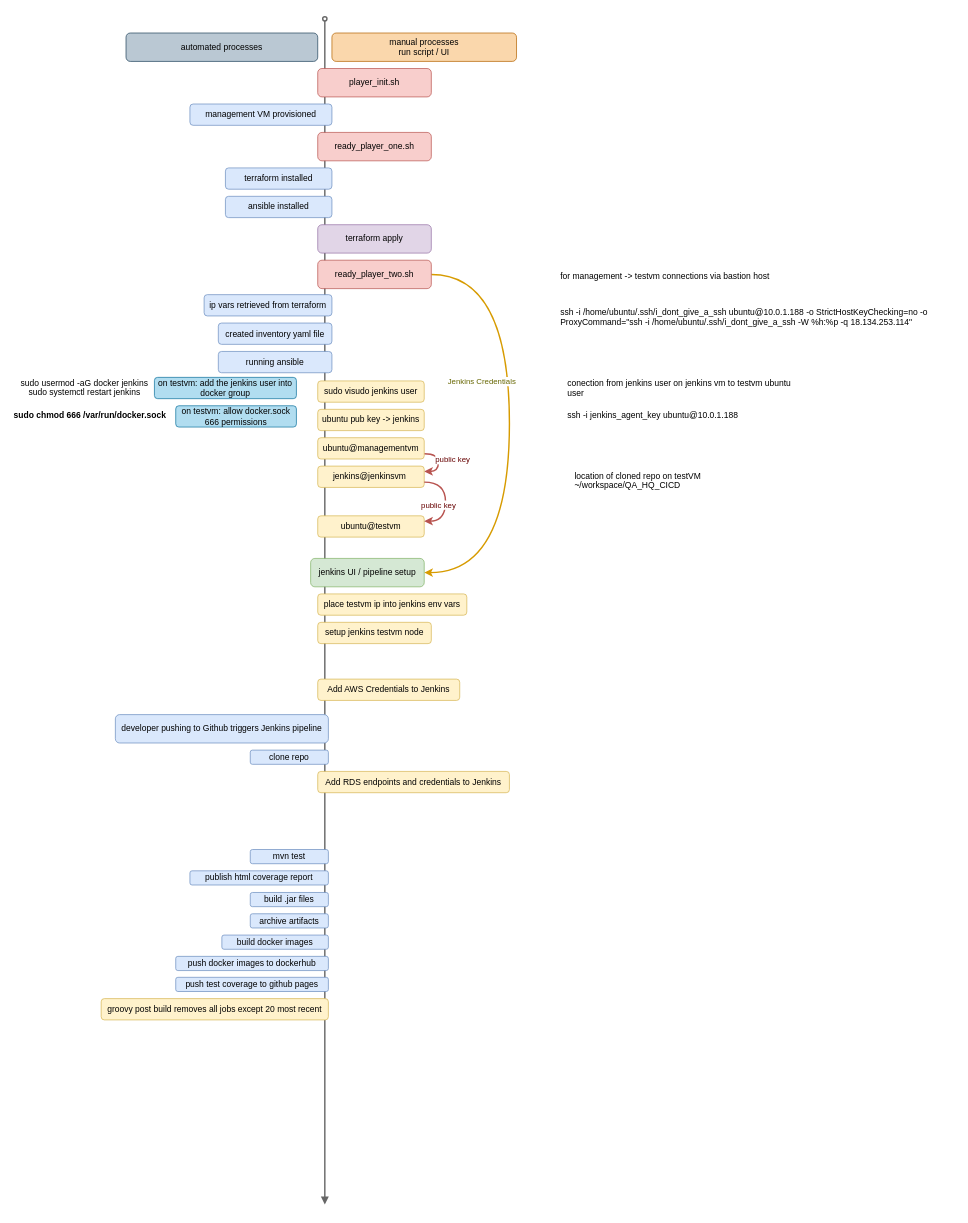
Jenkins-Spice-Latte/QA-Help-Queue-App keeps this draw.io diagram as other_files/manual_process_checkpoints.drawio. Above is the earlier version. Source tidied: cells renumbered, new cells numbered last; positions are measured from the earlier drawing's top-left corner, leaving out a move shared by most shapes. Both pictures are drawn from the tidied source at 71%, with x=0, y=0 at pixel (12, 18).
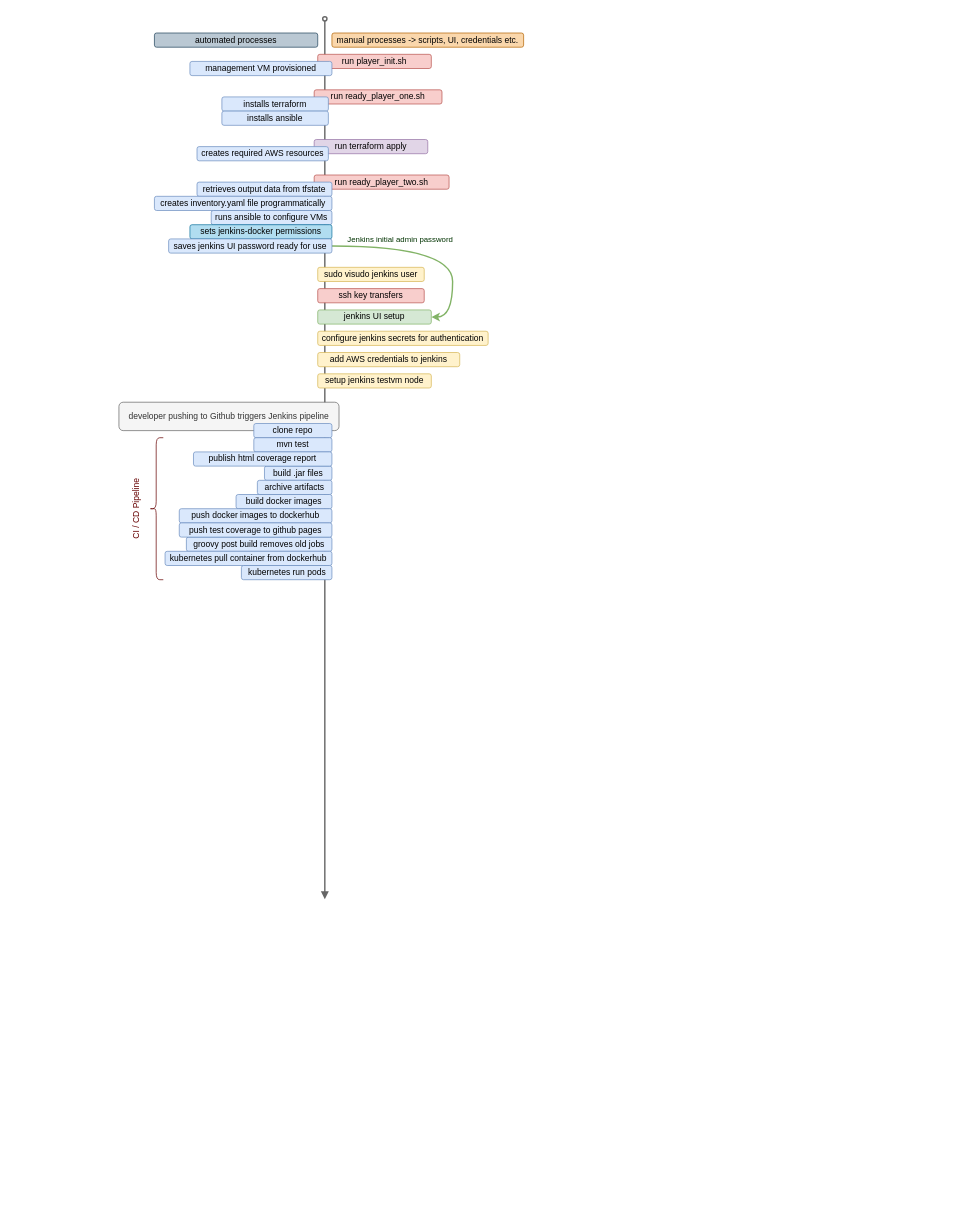
Above is the later version.

Commit message (it also covers changes not shown here):
updated process diagram

Diff of the diagram source:
```diff
@@
     <mxCell id="2" style="endArrow=oval;html=1;strokeWidth=2;fillColor=#f5f5f5;strokeColor=#666666;startArrow=block;startFill=1;endFill=0;" parent="1" edge="1">
       <mxGeometry relative="1" as="geometry">
-        <mxPoint x="440" y="1670" as="sourcePoint" />
+        <mxPoint x="440" y="1240" as="sourcePoint" />
         <mxPoint x="440" as="targetPoint" />
       </mxGeometry>
     </mxCell>
-    <mxCell id="3" value="player_init.sh" style="rounded=1;whiteSpace=wrap;html=1;fillColor=#f8cecc;strokeColor=#b85450;" parent="1" vertex="1">
-      <mxGeometry x="430" y="70" width="160" height="40" as="geometry" />
+    <mxCell id="3" value="run player_init.sh" style="rounded=1;whiteSpace=wrap;html=1;fillColor=#f8cecc;strokeColor=#b85450;" parent="1" vertex="1">
+      <mxGeometry x="430" y="50" width="160" height="20" as="geometry" />
     </mxCell>
     <mxCell id="4" value="management VM provisioned" style="rounded=1;whiteSpace=wrap;html=1;fillColor=#dae8fc;strokeColor=#6c8ebf;" parent="1" vertex="1">
-      <mxGeometry x="250" y="120" width="200" height="30" as="geometry" />
+      <mxGeometry x="250" y="60" width="200" height="20" as="geometry" />
     </mxCell>
-    <mxCell id="5" value="ready_player_one.sh" style="rounded=1;whiteSpace=wrap;html=1;fillColor=#f8cecc;strokeColor=#b85450;" parent="1" vertex="1">
-      <mxGeometry x="430" y="160" width="160" height="40" as="geometry" />
+    <mxCell id="5" value="run ready_player_one.sh" style="rounded=1;whiteSpace=wrap;html=1;fillColor=#f8cecc;strokeColor=#b85450;" parent="1" vertex="1">
+      <mxGeometry x="425" y="100" width="180" height="20" as="geometry" />
     </mxCell>
-    <mxCell id="6" value="terraform installed" style="rounded=1;whiteSpace=wrap;html=1;fillColor=#dae8fc;strokeColor=#6c8ebf;" parent="1" vertex="1">
-      <mxGeometry x="300" y="210" width="150" height="30" as="geometry" />
+    <mxCell id="6" value="installs terraform" style="rounded=1;whiteSpace=wrap;html=1;fillColor=#dae8fc;strokeColor=#6c8ebf;" parent="1" vertex="1">
+      <mxGeometry x="295" y="110" width="150" height="20" as="geometry" />
     </mxCell>
-    <mxCell id="7" value="ansible installed" style="rounded=1;whiteSpace=wrap;html=1;fillColor=#dae8fc;strokeColor=#6c8ebf;" parent="1" vertex="1">
-      <mxGeometry x="300" y="250" width="150" height="30" as="geometry" />
-    </mxCell>
-    <mxCell id="8" style="edgeStyle=orthogonalEdgeStyle;curved=1;rounded=0;jettySize=auto;html=1;exitX=1;exitY=0.5;exitDx=0;exitDy=0;entryX=1;entryY=0.5;entryDx=0;entryDy=0;startArrow=none;startFill=0;endArrow=classic;endFill=1;strokeWidth=2;fillColor=#ffe6cc;strokeColor=#d79b00;" parent="1" edge="1" source="10" target="14">
+    <mxCell id="8" style="edgeStyle=orthogonalEdgeStyle;curved=1;rounded=0;jettySize=auto;html=1;exitX=1;exitY=0.5;exitDx=0;exitDy=0;entryX=1;entryY=0.5;entryDx=0;entryDy=0;startArrow=none;startFill=0;endArrow=classic;endFill=1;strokeWidth=2;fillColor=#d5e8d4;strokeColor=#82b366;" parent="1" edge="1" source="54" target="14">
       <mxGeometry relative="1" as="geometry">
         <Array as="points">
-          <mxPoint x="700" y="360" />
-          <mxPoint x="700" y="780" />
+          <mxPoint x="620" y="320" />
+          <mxPoint x="620" y="420" />
         </Array>
       </mxGeometry>
     </mxCell>
-    <mxCell id="9" value="&lt;font color=&quot;#666600&quot;&gt;Jenkins Credentials&lt;/font&gt;" style="edgeLabel;html=1;align=center;verticalAlign=middle;" parent="8" vertex="1">
+    <mxCell id="9" value="&lt;font color=&quot;#003300&quot;&gt;Jenkins initial admin password&lt;/font&gt;" style="edgeLabel;html=1;align=center;verticalAlign=middle;" parent="8" vertex="1">
       <mxGeometry x="-0.04" y="-4" relative="1" as="geometry">
-        <mxPoint x="-36" y="-52" as="offset" />
+        <mxPoint x="-49" y="-14" as="offset" />
       </mxGeometry>
     </mxCell>
-    <mxCell id="10" value="ready_player_two.sh" style="rounded=1;whiteSpace=wrap;html=1;fillColor=#f8cecc;strokeColor=#b85450;" parent="1" vertex="1">
-      <mxGeometry x="430" y="340" width="160" height="40" as="geometry" />
+    <mxCell id="10" value="run ready_player_two.sh" style="rounded=1;whiteSpace=wrap;html=1;fillColor=#f8cecc;strokeColor=#b85450;" parent="1" vertex="1">
+      <mxGeometry x="425" y="220" width="190" height="20" as="geometry" />
     </mxCell>
-    <mxCell id="11" value="ip vars retrieved from terraform" style="rounded=1;whiteSpace=wrap;html=1;fillColor=#dae8fc;strokeColor=#6c8ebf;" parent="1" vertex="1">
-      <mxGeometry x="270" y="388.5" width="180" height="30" as="geometry" />
+    <mxCell id="11" value="retrieves output data from tfstate" style="rounded=1;whiteSpace=wrap;html=1;fillColor=#dae8fc;strokeColor=#6c8ebf;" parent="1" vertex="1">
+      <mxGeometry x="260" y="230" width="190" height="20" as="geometry" />
     </mxCell>
-    <mxCell id="12" value="created inventory yaml file" style="rounded=1;whiteSpace=wrap;html=1;fillColor=#dae8fc;strokeColor=#6c8ebf;" parent="1" vertex="1">
-      <mxGeometry x="290" y="428.5" width="160" height="30" as="geometry" />
+    <mxCell id="12" value="creates inventory.yaml file programmatically" style="rounded=1;whiteSpace=wrap;html=1;fillColor=#dae8fc;strokeColor=#6c8ebf;" parent="1" vertex="1">
+      <mxGeometry x="200" y="250" width="250" height="20" as="geometry" />
     </mxCell>
-    <mxCell id="13" value="running ansible" style="rounded=1;whiteSpace=wrap;html=1;fillColor=#dae8fc;strokeColor=#6c8ebf;" parent="1" vertex="1">
-      <mxGeometry x="290" y="468.5" width="160" height="30" as="geometry" />
+    <mxCell id="13" value="runs ansible to configure VMs" style="rounded=1;whiteSpace=wrap;html=1;fillColor=#dae8fc;strokeColor=#6c8ebf;" parent="1" vertex="1">
+      <mxGeometry x="280" y="270" width="170" height="20" as="geometry" />
     </mxCell>
-    <mxCell id="14" value="jenkins UI / pipeline setup" style="rounded=1;whiteSpace=wrap;html=1;fillColor=#d5e8d4;strokeColor=#82b366;" parent="1" vertex="1">
-      <mxGeometry x="420" y="760" width="160" height="40" as="geometry" />
+    <mxCell id="14" value="jenkins UI setup" style="rounded=1;whiteSpace=wrap;html=1;fillColor=#d5e8d4;strokeColor=#82b366;" parent="1" vertex="1">
+      <mxGeometry x="430" y="410" width="160" height="20" as="geometry" />
     </mxCell>
     <mxCell id="15" value="automated processes" style="rounded=1;whiteSpace=wrap;html=1;fillColor=#bac8d3;strokeColor=#23445d;" parent="1" vertex="1">
-      <mxGeometry x="160" y="20" width="270" height="40" as="geometry" />
+      <mxGeometry x="200" y="20" width="230" height="20" as="geometry" />
     </mxCell>
-    <mxCell id="16" value="manual processes&lt;br&gt;run script / UI" style="rounded=1;whiteSpace=wrap;html=1;fillColor=#fad7ac;strokeColor=#b46504;" parent="1" vertex="1">
-      <mxGeometry x="450" y="20" width="260" height="40" as="geometry" />
+    <mxCell id="16" value="manual processes -&amp;gt; scripts, UI, credentials etc." style="rounded=1;whiteSpace=wrap;html=1;fillColor=#fad7ac;strokeColor=#b46504;" parent="1" vertex="1">
+      <mxGeometry x="450" y="20" width="270" height="20" as="geometry" />
     </mxCell>
-    <mxCell id="17" value="terraform apply" style="rounded=1;whiteSpace=wrap;html=1;fillColor=#e1d5e7;strokeColor=#9673a6;" parent="1" vertex="1">
-      <mxGeometry x="430" y="290" width="160" height="40" as="geometry" />
+    <mxCell id="17" value="run terraform apply" style="rounded=1;whiteSpace=wrap;html=1;fillColor=#e1d5e7;strokeColor=#9673a6;" parent="1" vertex="1">
+      <mxGeometry x="425" y="170" width="160" height="20" as="geometry" />
     </mxCell>
     <mxCell id="18" value="sudo visudo jenkins user" style="rounded=1;whiteSpace=wrap;html=1;fillColor=#fff2cc;strokeColor=#d6b656;" parent="1" vertex="1">
-      <mxGeometry x="430" y="510" width="150" height="30" as="geometry" />
+      <mxGeometry x="430" y="350" width="150" height="20" as="geometry" />
     </mxCell>
-    <mxCell id="19" value="place testvm ip into jenkins env vars" style="rounded=1;whiteSpace=wrap;html=1;fillColor=#fff2cc;strokeColor=#d6b656;" parent="1" vertex="1">
-      <mxGeometry x="430" y="810" width="210" height="30" as="geometry" />
+    <mxCell id="19" value="configure jenkins secrets for authentication" style="rounded=1;whiteSpace=wrap;html=1;fillColor=#fff2cc;strokeColor=#d6b656;" parent="1" vertex="1">
+      <mxGeometry x="430" y="440" width="240" height="20" as="geometry" />
     </mxCell>
-    <mxCell id="20" value="ubuntu pub key -&amp;gt; jenkins" style="rounded=1;whiteSpace=wrap;html=1;fillColor=#fff2cc;strokeColor=#d6b656;" parent="1" vertex="1">
-      <mxGeometry x="430" y="550" width="150" height="30" as="geometry" />
-    </mxCell>
-    <mxCell id="21" value="&lt;font color=&quot;#660000&quot;&gt;public key&lt;/font&gt;" style="edgeStyle=orthogonalEdgeStyle;curved=1;rounded=0;jettySize=auto;html=1;exitX=1;exitY=0.75;exitDx=0;exitDy=0;entryX=1;entryY=0.25;entryDx=0;entryDy=0;startArrow=none;startFill=0;endArrow=classic;endFill=1;strokeWidth=2;fillColor=#f8cecc;strokeColor=#b85450;" parent="1" edge="1" source="22" target="23">
+    <mxCell id="21" value="&lt;font color=&quot;#660000&quot;&gt;public key&lt;/font&gt;" style="edgeStyle=orthogonalEdgeStyle;curved=1;rounded=0;orthogonalLoop=1;jettySize=auto;html=1;exitX=1;exitY=0.75;exitDx=0;exitDy=0;entryX=1;entryY=0.25;entryDx=0;entryDy=0;startArrow=none;startFill=0;endArrow=classic;endFill=1;strokeWidth=2;fillColor=#f8cecc;strokeColor=#b85450;" parent="1" edge="1">
       <mxGeometry x="-0.15" y="20" relative="1" as="geometry">
+        <mxPoint x="580" y="612.5" as="sourcePoint" />
         <Array as="points">
           <mxPoint x="600" y="613" />
           <mxPoint x="600" y="638" />
         </Array>
       </mxGeometry>
     </mxCell>
-    <mxCell id="22" value="ubuntu@managementvm" style="rounded=1;whiteSpace=wrap;html=1;fillColor=#fff2cc;strokeColor=#d6b656;" parent="1" vertex="1">
-      <mxGeometry x="430" y="590" width="150" height="30" as="geometry" />
-    </mxCell>
-    <mxCell id="23" value="jenkins@jenkinsvm&amp;nbsp;" style="rounded=1;whiteSpace=wrap;html=1;fillColor=#fff2cc;strokeColor=#d6b656;" parent="1" vertex="1">
-      <mxGeometry x="430" y="630" width="150" height="30" as="geometry" />
-    </mxCell>
-    <mxCell id="24" value="ubuntu@testvm" style="rounded=1;whiteSpace=wrap;html=1;fillColor=#fff2cc;strokeColor=#d6b656;" parent="1" vertex="1">
-      <mxGeometry x="430" y="700" width="150" height="30" as="geometry" />
+    <mxCell id="24" value="ssh key transfers" style="rounded=1;whiteSpace=wrap;html=1;fillColor=#f8cecc;strokeColor=#b85450;" parent="1" vertex="1">
+      <mxGeometry x="430" y="380" width="150" height="20" as="geometry" />
     </mxCell>
-    <mxCell id="25" value="&lt;font color=&quot;#660000&quot;&gt;public key&lt;/font&gt;" style="edgeStyle=orthogonalEdgeStyle;curved=1;rounded=0;jettySize=auto;html=1;exitX=1;exitY=0.75;exitDx=0;exitDy=0;entryX=1;entryY=0.25;entryDx=0;entryDy=0;startArrow=none;startFill=0;endArrow=classic;endFill=1;strokeWidth=2;fillColor=#f8cecc;strokeColor=#b85450;" parent="1" edge="1" source="23" target="24">
-      <mxGeometry x="0.07" y="-10" relative="1" as="geometry">
-        <Array as="points">
-          <mxPoint x="610" y="653" />
-          <mxPoint x="610" y="708" />
-          <mxPoint x="580" y="708" />
-        </Array>
-      </mxGeometry>
-    </mxCell>
-    <mxCell id="26" value="ssh -i /home/ubuntu/.ssh/i_dont_give_a_ssh ubuntu@10.0.1.188 -o StrictHostKeyChecking=no -o ProxyCommand=&quot;ssh -i /home/ubuntu/.ssh/i_dont_give_a_ssh -W %h:%p -q 18.134.253.114&quot;" style="text;whiteSpace=wrap;html=1;" parent="1" vertex="1">
-      <mxGeometry x="770" y="400" width="550" height="40" as="geometry" />
-    </mxCell>
-    <mxCell id="27" value="for management -&amp;gt; testvm connections via bastion host" style="text;whiteSpace=wrap;html=1;" parent="1" vertex="1">
-      <mxGeometry x="770" y="348.5" width="330" height="40" as="geometry" />
-    </mxCell>
-    <mxCell id="28" value="ssh -i jenkins_agent_key ubuntu@10.0.1.188" style="text;whiteSpace=wrap;html=1;" parent="1" vertex="1">
-      <mxGeometry x="780" y="545" width="550" height="40" as="geometry" />
-    </mxCell>
-    <mxCell id="29" value="conection from jenkins user on jenkins vm to testvm ubuntu user" style="text;whiteSpace=wrap;html=1;" parent="1" vertex="1">
-      <mxGeometry x="780" y="500" width="330" height="40" as="geometry" />
-    </mxCell>
     <mxCell id="30" value="setup jenkins testvm node" style="rounded=1;whiteSpace=wrap;html=1;fillColor=#fff2cc;strokeColor=#d6b656;" parent="1" vertex="1">
-      <mxGeometry x="430" y="850" width="160" height="30" as="geometry" />
+      <mxGeometry x="430" y="500" width="160" height="20" as="geometry" />
     </mxCell>
-    <mxCell id="31" value="on testvm: add the jenkins user into docker group" style="rounded=1;whiteSpace=wrap;html=1;fillColor=#b1ddf0;strokeColor=#10739e;" parent="1" vertex="1">
-      <mxGeometry x="200" y="505" width="200" height="30" as="geometry" />
+    <mxCell id="31" value="sets jenkins-docker permissions" style="rounded=1;whiteSpace=wrap;html=1;fillColor=#b1ddf0;strokeColor=#10739e;" parent="1" vertex="1">
+      <mxGeometry x="250" y="290" width="200" height="20" as="geometry" />
     </mxCell>
-    <mxCell id="32" value="location of cloned repo on testVM&amp;nbsp;&lt;br&gt;~/workspace/QA_HQ_CICD" style="text;whiteSpace=wrap;html=1;" parent="1" vertex="1">
-      <mxGeometry x="790" y="630" width="280" height="40" as="geometry" />
-    </mxCell>
-    <mxCell id="33" value="developer pushing to Github triggers Jenkins pipeline" style="rounded=1;whiteSpace=wrap;html=1;fillColor=#dae8fc;strokeColor=#6c8ebf;" parent="1" vertex="1">
-      <mxGeometry x="145" y="980" width="300" height="40" as="geometry" />
+    <mxCell id="33" value="developer pushing to Github triggers Jenkins pipeline" style="rounded=1;whiteSpace=wrap;html=1;fillColor=#f5f5f5;strokeColor=#666666;fontColor=#333333;" parent="1" vertex="1">
+      <mxGeometry x="150" y="540" width="310" height="40" as="geometry" />
     </mxCell>
     <mxCell id="34" value="clone repo" style="rounded=1;whiteSpace=wrap;html=1;fillColor=#dae8fc;strokeColor=#6c8ebf;" parent="1" vertex="1">
-      <mxGeometry x="335" y="1030" width="110" height="20" as="geometry" />
+      <mxGeometry x="340" y="570" width="110" height="20" as="geometry" />
     </mxCell>
     <mxCell id="35" value="mvn test" style="rounded=1;whiteSpace=wrap;html=1;fillColor=#dae8fc;strokeColor=#6c8ebf;" parent="1" vertex="1">
-      <mxGeometry x="335" y="1170" width="110" height="20" as="geometry" />
+      <mxGeometry x="340" y="590" width="110" height="20" as="geometry" />
     </mxCell>
     <mxCell id="36" value="build .jar files" style="rounded=1;whiteSpace=wrap;html=1;fillColor=#dae8fc;strokeColor=#6c8ebf;" parent="1" vertex="1">
-      <mxGeometry x="335" y="1230.5" width="110" height="20" as="geometry" />
+      <mxGeometry x="355" y="630" width="95" height="20" as="geometry" />
     </mxCell>
     <mxCell id="37" value="archive artifacts" style="rounded=1;whiteSpace=wrap;html=1;fillColor=#dae8fc;strokeColor=#6c8ebf;" parent="1" vertex="1">
-      <mxGeometry x="335" y="1260.5" width="110" height="20" as="geometry" />
+      <mxGeometry x="345" y="650" width="105" height="20" as="geometry" />
     </mxCell>
-    <mxCell id="38" value="&lt;div style=&quot;text-align: center&quot;&gt;sudo usermod -aG docker jenkins&lt;/div&gt;&lt;div style=&quot;text-align: center&quot;&gt;sudo systemctl restart jenkins&lt;/div&gt;" style="text;whiteSpace=wrap;html=1;" parent="1" vertex="1">
-      <mxGeometry x="10" y="498.5" width="280" height="40" as="geometry" />
-    </mxCell>
     <mxCell id="39" value="build docker images" style="rounded=1;whiteSpace=wrap;html=1;fillColor=#dae8fc;strokeColor=#6c8ebf;" parent="1" vertex="1">
-      <mxGeometry x="295" y="1290.5" width="150" height="20" as="geometry" />
+      <mxGeometry x="315" y="670" width="135" height="20" as="geometry" />
     </mxCell>
     <mxCell id="40" value="push docker images to dockerhub" style="rounded=1;whiteSpace=wrap;html=1;fillColor=#dae8fc;strokeColor=#6c8ebf;" parent="1" vertex="1">
-      <mxGeometry x="230" y="1320.5" width="215" height="20" as="geometry" />
+      <mxGeometry x="235" y="690" width="215" height="20" as="geometry" />
     </mxCell>
-    <mxCell id="41" value="Add AWS Credentials to Jenkins" style="rounded=1;whiteSpace=wrap;html=1;fillColor=#fff2cc;strokeColor=#d6b656;" parent="1" vertex="1">
-      <mxGeometry x="430" y="930" width="200" height="30" as="geometry" />
+    <mxCell id="41" value="add AWS credentials to jenkins" style="rounded=1;whiteSpace=wrap;html=1;fillColor=#fff2cc;strokeColor=#d6b656;" parent="1" vertex="1">
+      <mxGeometry x="430" y="470" width="200" height="20" as="geometry" />
     </mxCell>
-    <mxCell id="42" value="groovy post build removes all jobs except 20 most recent" style="rounded=1;whiteSpace=wrap;html=1;fillColor=#fff2cc;strokeColor=#d6b656;" parent="1" vertex="1">
-      <mxGeometry x="125" y="1380" width="320" height="30" as="geometry" />
+    <mxCell id="42" value="groovy post build removes old jobs" style="rounded=1;whiteSpace=wrap;html=1;fillColor=#dae8fc;strokeColor=#6c8ebf;" parent="1" vertex="1">
+      <mxGeometry x="245" y="730" width="205" height="20" as="geometry" />
     </mxCell>
     <mxCell id="43" value="publish html coverage report" style="rounded=1;whiteSpace=wrap;html=1;fillColor=#dae8fc;strokeColor=#6c8ebf;" parent="1" vertex="1">
-      <mxGeometry x="250" y="1200" width="195" height="20" as="geometry" />
+      <mxGeometry x="255" y="610" width="195" height="20" as="geometry" />
     </mxCell>
-    <mxCell id="44" value="&lt;strong&gt;sudo chmod 666 /var/run/docker.sock&lt;/strong&gt;" style="text;whiteSpace=wrap;html=1;" parent="1" vertex="1">
-      <mxGeometry y="545" width="240" height="30" as="geometry" />
-    </mxCell>
-    <mxCell id="45" value="on testvm: allow docker.sock 666 permissions" style="rounded=1;whiteSpace=wrap;html=1;fillColor=#b1ddf0;strokeColor=#10739e;" parent="1" vertex="1">
-      <mxGeometry x="230" y="545" width="170" height="30" as="geometry" />
-    </mxCell>
-    <mxCell id="46" value="Add RDS endpoints and credentials to Jenkins" style="rounded=1;whiteSpace=wrap;html=1;fillColor=#fff2cc;strokeColor=#d6b656;" parent="1" vertex="1">
-      <mxGeometry x="430" y="1060" width="270" height="30" as="geometry" />
-    </mxCell>
     <mxCell id="47" value="push test coverage to github pages" style="rounded=1;whiteSpace=wrap;html=1;fillColor=#dae8fc;strokeColor=#6c8ebf;" parent="1" vertex="1">
-      <mxGeometry x="230" y="1350" width="215" height="20" as="geometry" />
+      <mxGeometry x="235" y="710" width="215" height="20" as="geometry" />
     </mxCell>
+    <mxCell id="48" value="kubernetes pull container from dockerhub" style="rounded=1;whiteSpace=wrap;html=1;fillColor=#dae8fc;strokeColor=#6c8ebf;" parent="1" vertex="1">
+      <mxGeometry x="215" y="750" width="235" height="20" as="geometry" />
+    </mxCell>
+    <mxCell id="49" style="shape=curlyBracket;whiteSpace=wrap;html=1;rounded=1;size=0.5;fontColor=#660000;strokeColor=#660000;" parent="1" vertex="1">
+      <mxGeometry x="192.5" y="590" width="20" height="200" as="geometry" />
+    </mxCell>
+    <mxCell id="50" value="kubernetes run pods" style="rounded=1;whiteSpace=wrap;html=1;fillColor=#dae8fc;strokeColor=#6c8ebf;" parent="1" vertex="1">
+      <mxGeometry x="322.5" y="770" width="127.5" height="20" as="geometry" />
+    </mxCell>
+    <mxCell id="51" value="CI / CD Pipeline" style="rounded=1;whiteSpace=wrap;html=1;fillColor=none;textDirection=ltr;horizontal=0;strokeColor=none;fontColor=#660000;" parent="1" vertex="1">
+      <mxGeometry x="165" y="630" width="20" height="120" as="geometry" />
+    </mxCell>
+    <mxCell id="52" value="installs ansible" style="rounded=1;whiteSpace=wrap;html=1;fillColor=#dae8fc;strokeColor=#6c8ebf;" parent="1" vertex="1">
+      <mxGeometry x="295" y="130" width="150" height="20" as="geometry" />
+    </mxCell>
+    <mxCell id="53" value="creates required AWS resources" style="rounded=1;whiteSpace=wrap;html=1;fillColor=#dae8fc;strokeColor=#6c8ebf;" parent="1" vertex="1">
+      <mxGeometry x="260" y="180" width="185" height="20" as="geometry" />
+    </mxCell>
+    <mxCell id="54" value="saves jenkins UI password ready for use" style="rounded=1;whiteSpace=wrap;html=1;fillColor=#dae8fc;strokeColor=#6c8ebf;" parent="1" vertex="1">
+      <mxGeometry x="220" y="310" width="230" height="20" as="geometry" />
+    </mxCell>
```
